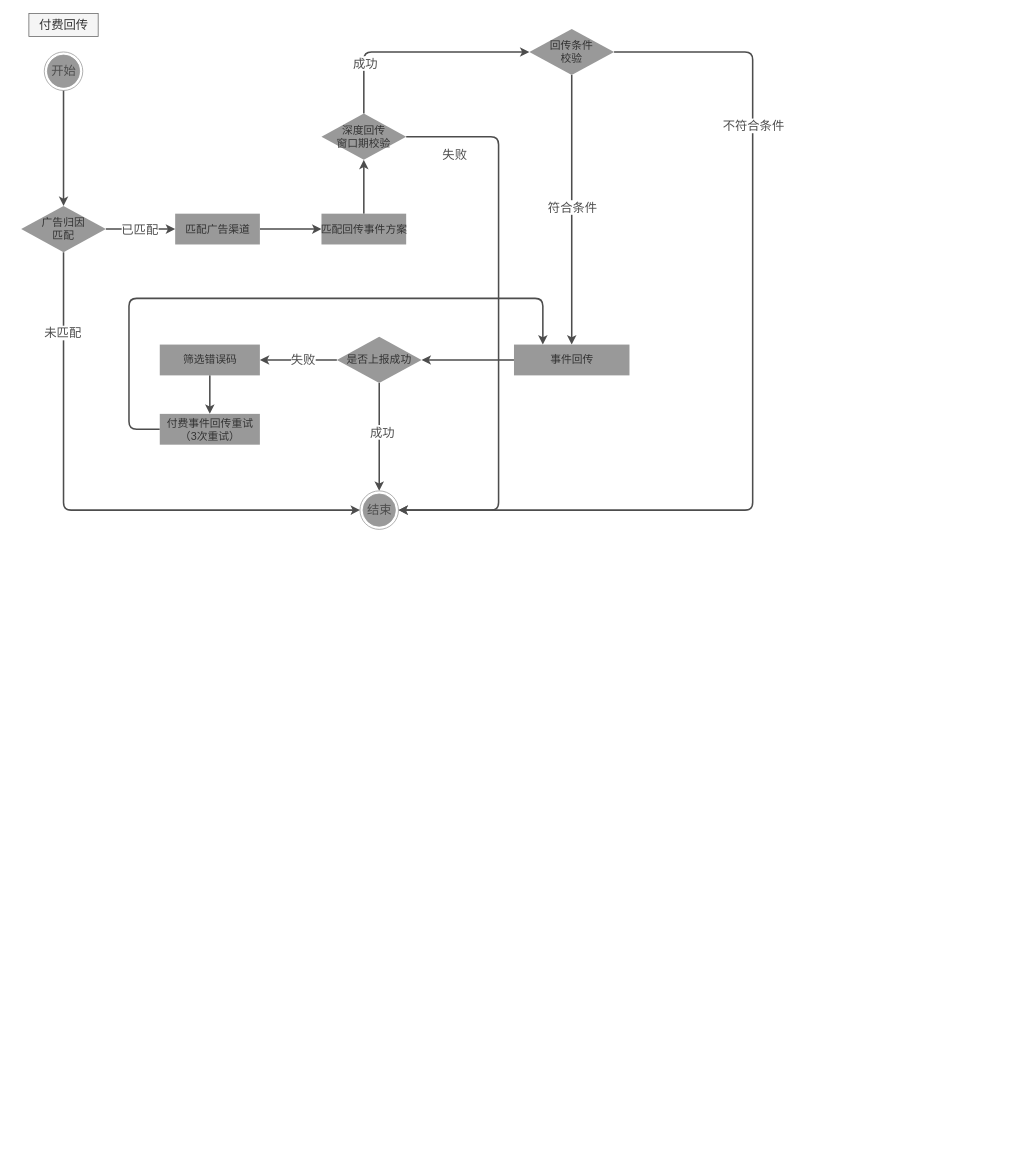
The draw.io diagram page "付费回传流程" (4 of 16) of src/draw/广告投放系统.drawio in y13513867074/draw, before the edit. Source tidied: cells renumbered, new cells numbered last; positions are measured from the earlier drawing's top-left corner, leaving out a move shared by most shapes. Both pictures are drawn from the tidied source at 77%, with x=0, y=0 at pixel (21, 13).
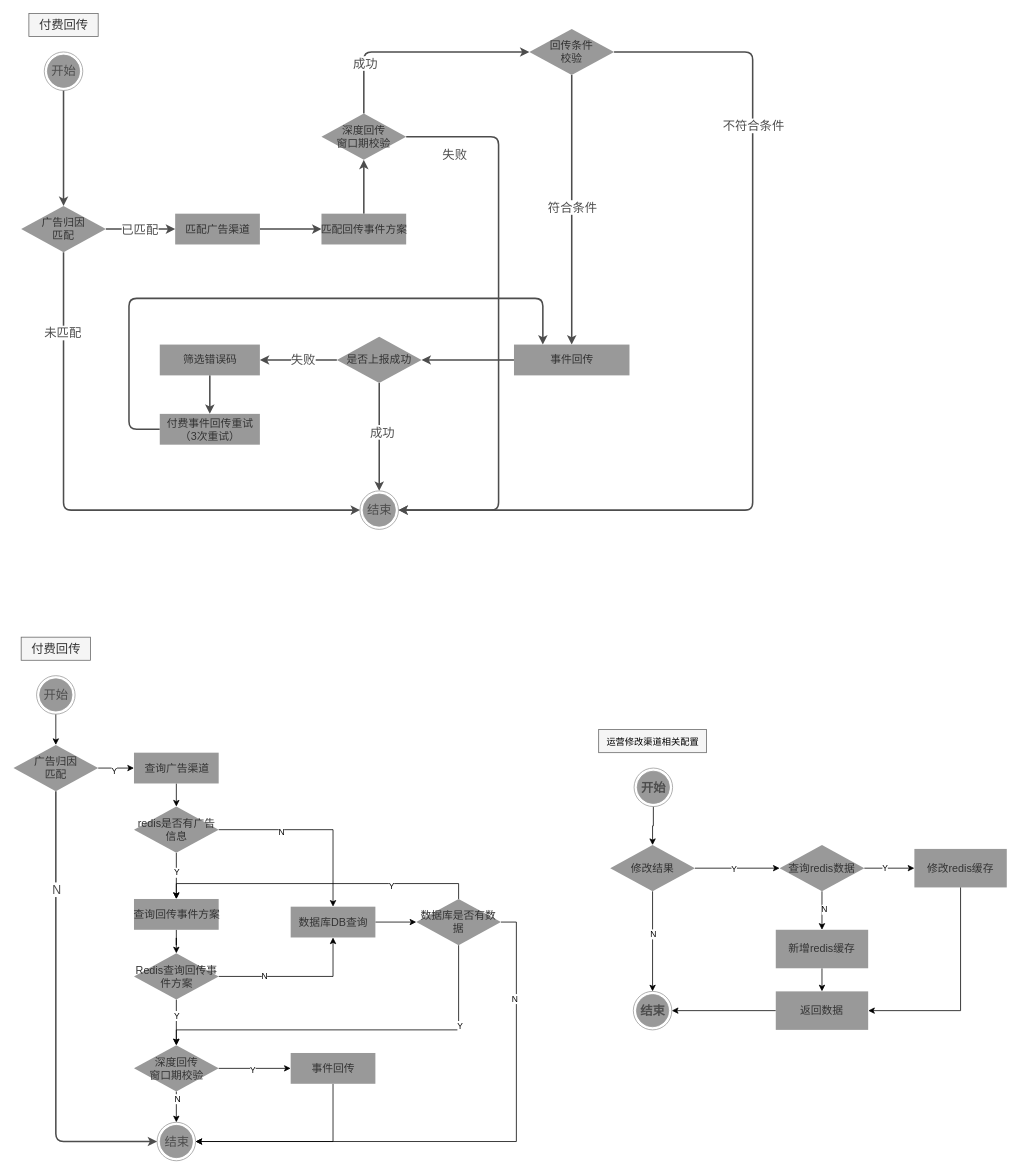
The same diagram, later.

What changed in the source:
```diff
@@
+    <mxCell id="36" style="edgeStyle=orthogonalEdgeStyle;rounded=0;jettySize=auto;html=1;exitX=0.5;exitY=1;exitDx=0;exitDy=0;entryX=0.5;entryY=0;entryDx=0;entryDy=0;" parent="1" edge="1" source="37" target="48">
+      <mxGeometry relative="1" as="geometry" />
+    </mxCell>
+    <mxCell id="37" value="开始" style="ellipse;html=1;shape=endState;fillColor=strokeColor;rounded=1;shadow=0;sketch=0;strokeColor=#999999;strokeWidth=1;fontFamily=Helvetica;fontSize=16;fontColor=#4D4D4D;" parent="1" vertex="1">
+      <mxGeometry x="20" y="860" width="50" height="50" as="geometry" />
+    </mxCell>
+    <mxCell id="38" value="结束" style="ellipse;html=1;shape=endState;fillColor=strokeColor;rounded=1;shadow=0;sketch=0;strokeColor=#999999;strokeWidth=1;fontFamily=Helvetica;fontSize=16;fontColor=#4D4D4D;" parent="1" vertex="1">
+      <mxGeometry x="176.5" y="1440" width="50" height="50" as="geometry" />
+    </mxCell>
+    <mxCell id="39" style="edgeStyle=orthogonalEdgeStyle;rounded=0;jettySize=auto;html=1;exitX=0.5;exitY=1;exitDx=0;exitDy=0;entryX=0.5;entryY=0;entryDx=0;entryDy=0;" parent="1" edge="1" source="43" target="38">
+      <mxGeometry relative="1" as="geometry" />
+    </mxCell>
+    <mxCell id="40" value="N" style="edgeLabel;html=1;align=center;verticalAlign=middle;" parent="39" vertex="1">
+      <mxGeometry x="-0.54" y="1" relative="1" as="geometry" />
+    </mxCell>
+    <mxCell id="41" style="edgeStyle=orthogonalEdgeStyle;rounded=0;jettySize=auto;html=1;exitX=1;exitY=0.5;exitDx=0;exitDy=0;entryX=0;entryY=0.5;entryDx=0;entryDy=0;" parent="1" edge="1" source="43" target="74">
+      <mxGeometry relative="1" as="geometry" />
+    </mxCell>
+    <mxCell id="42" value="Y" style="edgeLabel;html=1;align=center;verticalAlign=middle;" parent="41" vertex="1">
+      <mxGeometry x="-0.05" y="-1" relative="1" as="geometry" />
+    </mxCell>
+    <mxCell id="43" value="深度回传&lt;br&gt;窗口期校验" style="rhombus;whiteSpace=wrap;html=1;fontSize=14;fillColor=#999999;strokeColor=none;fontColor=#333333;rounded=0;shadow=0;glass=0;labelBorderColor=none;startSize=23;arcSize=8;strokeWidth=1;sketch=0;fontFamily=Helvetica;" parent="1" vertex="1">
+      <mxGeometry x="146.5" y="1340" width="110" height="60" as="geometry" />
+    </mxCell>
+    <mxCell id="44" style="edgeStyle=orthogonalEdgeStyle;html=1;exitX=0.5;exitY=1;exitDx=0;exitDy=0;strokeColor=#4D4D4D;strokeWidth=2;fontFamily=Helvetica;fontSize=16;fontColor=#4D4D4D;entryX=0;entryY=0.5;entryDx=0;entryDy=0;" parent="1" edge="1" source="48" target="38">
+      <mxGeometry relative="1" as="geometry" />
+    </mxCell>
+    <mxCell id="45" value="N" style="edgeLabel;html=1;align=center;verticalAlign=middle;fontSize=16;fontFamily=Helvetica;fontColor=#4D4D4D;" parent="44" vertex="1">
+      <mxGeometry x="-0.71" y="-2" relative="1" as="geometry">
+        <mxPoint x="2" y="42" as="offset" />
+      </mxGeometry>
+    </mxCell>
+    <mxCell id="46" style="edgeStyle=orthogonalEdgeStyle;rounded=0;jettySize=auto;html=1;exitX=1;exitY=0.5;exitDx=0;exitDy=0;" parent="1" edge="1" source="48" target="63">
+      <mxGeometry relative="1" as="geometry" />
+    </mxCell>
+    <mxCell id="47" value="Y" style="edgeLabel;html=1;align=center;verticalAlign=middle;" parent="46" vertex="1">
+      <mxGeometry x="-0.15" y="-3" relative="1" as="geometry" />
+    </mxCell>
+    <mxCell id="48" value="广告归因&lt;br&gt;匹配" style="rhombus;whiteSpace=wrap;html=1;fontSize=14;fillColor=#999999;strokeColor=none;fontColor=#333333;rounded=0;shadow=0;glass=0;labelBorderColor=none;startSize=23;arcSize=8;strokeWidth=1;sketch=0;fontFamily=Helvetica;" parent="1" vertex="1">
+      <mxGeometry x="-10" y="950" width="110" height="60" as="geometry" />
+    </mxCell>
+    <mxCell id="49" value="付费回传" style="text;html=1;align=center;verticalAlign=middle;strokeColor=#666666;fillColor=#f5f5f5;fontSize=16;fontFamily=Helvetica;fontColor=#333333;" parent="1" vertex="1">
+      <mxGeometry y="810" width="90" height="30" as="geometry" />
+    </mxCell>
+    <mxCell id="50" style="edgeStyle=orthogonalEdgeStyle;rounded=0;jettySize=auto;html=1;entryX=0.5;entryY=0;entryDx=0;entryDy=0;" parent="1" edge="1" source="54" target="61">
+      <mxGeometry relative="1" as="geometry" />
+    </mxCell>
+    <mxCell id="51" value="N" style="edgeLabel;html=1;align=center;verticalAlign=middle;" parent="50" vertex="1">
+      <mxGeometry x="-0.35" y="-2" relative="1" as="geometry" />
+    </mxCell>
+    <mxCell id="52" style="edgeStyle=orthogonalEdgeStyle;rounded=0;jettySize=auto;html=1;exitX=0.5;exitY=1;exitDx=0;exitDy=0;" parent="1" edge="1" source="54" target="65">
+      <mxGeometry relative="1" as="geometry" />
+    </mxCell>
+    <mxCell id="53" value="Y" style="edgeLabel;html=1;align=center;verticalAlign=middle;" parent="52" vertex="1">
+      <mxGeometry x="-0.16" relative="1" as="geometry" />
+    </mxCell>
+    <mxCell id="54" value="redis是否有广告信息" style="rhombus;whiteSpace=wrap;html=1;fontSize=14;fillColor=#999999;strokeColor=none;fontColor=#333333;rounded=0;shadow=0;glass=0;labelBorderColor=none;startSize=23;arcSize=8;strokeWidth=1;sketch=0;fontFamily=Helvetica;" parent="1" vertex="1">
+      <mxGeometry x="146.5" y="1030" width="110" height="60" as="geometry" />
+    </mxCell>
+    <mxCell id="55" style="edgeStyle=orthogonalEdgeStyle;rounded=0;jettySize=auto;html=1;exitX=1;exitY=0.5;exitDx=0;exitDy=0;" parent="1" edge="1" source="59" target="61">
+      <mxGeometry relative="1" as="geometry" />
+    </mxCell>
+    <mxCell id="56" value="N" style="edgeLabel;html=1;align=center;verticalAlign=middle;" parent="55" vertex="1">
+      <mxGeometry x="-0.41" y="1" relative="1" as="geometry" />
+    </mxCell>
+    <mxCell id="57" style="edgeStyle=orthogonalEdgeStyle;rounded=0;jettySize=auto;html=1;exitX=0.5;exitY=1;exitDx=0;exitDy=0;entryX=0.5;entryY=0;entryDx=0;entryDy=0;" parent="1" edge="1" source="59" target="43">
+      <mxGeometry relative="1" as="geometry" />
+    </mxCell>
+    <mxCell id="58" value="Y" style="edgeLabel;html=1;align=center;verticalAlign=middle;" parent="57" vertex="1">
+      <mxGeometry x="-0.29" relative="1" as="geometry" />
+    </mxCell>
+    <mxCell id="59" value="Redis查询回传事件方案" style="rhombus;whiteSpace=wrap;html=1;fontSize=14;fillColor=#999999;strokeColor=none;fontColor=#333333;rounded=0;shadow=0;glass=0;labelBorderColor=none;startSize=23;arcSize=8;strokeWidth=1;sketch=0;fontFamily=Helvetica;" parent="1" vertex="1">
+      <mxGeometry x="146.5" y="1220.6" width="110" height="60" as="geometry" />
+    </mxCell>
+    <mxCell id="60" style="edgeStyle=orthogonalEdgeStyle;rounded=0;jettySize=auto;html=1;exitX=1;exitY=0.5;exitDx=0;exitDy=0;entryX=0;entryY=0.5;entryDx=0;entryDy=0;" parent="1" edge="1" source="61" target="72">
+      <mxGeometry relative="1" as="geometry" />
+    </mxCell>
+    <mxCell id="61" value="数据库DB查询" style="html=1;rounded=0;shadow=0;glass=0;labelBorderColor=none;strokeColor=none;fontFamily=Helvetica;fontSize=14;fontColor=#333333;startSize=23;fillColor=#999999;arcSize=8;strokeWidth=1;flipV=1;flipH=1;sketch=0;" parent="1" vertex="1">
+      <mxGeometry x="350" y="1160" width="110" height="40" as="geometry" />
+    </mxCell>
+    <mxCell id="62" style="edgeStyle=orthogonalEdgeStyle;rounded=0;jettySize=auto;html=1;exitX=0.5;exitY=1;exitDx=0;exitDy=0;entryX=0.5;entryY=0;entryDx=0;entryDy=0;" parent="1" edge="1" source="63" target="54">
+      <mxGeometry relative="1" as="geometry" />
+    </mxCell>
+    <mxCell id="63" value="查询广告渠道" style="html=1;rounded=0;shadow=0;glass=0;labelBorderColor=none;strokeColor=none;fontFamily=Helvetica;fontSize=14;fontColor=#333333;startSize=23;fillColor=#999999;arcSize=8;strokeWidth=1;flipV=1;flipH=1;sketch=0;" parent="1" vertex="1">
+      <mxGeometry x="146.5" y="960" width="110" height="40" as="geometry" />
+    </mxCell>
+    <mxCell id="64" style="edgeStyle=orthogonalEdgeStyle;rounded=0;jettySize=auto;html=1;exitX=0.5;exitY=1;exitDx=0;exitDy=0;" parent="1" edge="1" source="65" target="59">
+      <mxGeometry relative="1" as="geometry" />
+    </mxCell>
+    <mxCell id="65" value="查询回传事件方案" style="html=1;rounded=0;shadow=0;glass=0;labelBorderColor=none;strokeColor=none;fontFamily=Helvetica;fontSize=14;fontColor=#333333;startSize=23;fillColor=#999999;arcSize=8;strokeWidth=1;flipV=1;flipH=1;sketch=0;" parent="1" vertex="1">
+      <mxGeometry x="146.5" y="1150" width="110" height="40" as="geometry" />
+    </mxCell>
+    <mxCell id="66" style="edgeStyle=orthogonalEdgeStyle;rounded=0;jettySize=auto;html=1;exitX=1;exitY=0.5;exitDx=0;exitDy=0;entryX=1;entryY=0.5;entryDx=0;entryDy=0;" parent="1" edge="1" source="72" target="38">
+      <mxGeometry relative="1" as="geometry" />
+    </mxCell>
+    <mxCell id="67" value="N" style="edgeLabel;html=1;align=center;verticalAlign=middle;" parent="66" vertex="1">
+      <mxGeometry x="-0.67" y="-3" relative="1" as="geometry" />
+    </mxCell>
+    <mxCell id="68" style="edgeStyle=orthogonalEdgeStyle;rounded=0;jettySize=auto;html=1;exitX=0.5;exitY=1;exitDx=0;exitDy=0;entryX=0.5;entryY=0;entryDx=0;entryDy=0;" parent="1" edge="1" source="72" target="43">
+      <mxGeometry relative="1" as="geometry">
+        <Array as="points">
+          <mxPoint x="568" y="1320" />
+          <mxPoint x="201" y="1320" />
+        </Array>
+      </mxGeometry>
+    </mxCell>
+    <mxCell id="69" value="Y" style="edgeLabel;html=1;align=center;verticalAlign=middle;" parent="68" vertex="1">
+      <mxGeometry x="-0.58" y="1" relative="1" as="geometry" />
+    </mxCell>
+    <mxCell id="70" style="edgeStyle=orthogonalEdgeStyle;rounded=0;jettySize=auto;html=1;exitX=0.5;exitY=0;exitDx=0;exitDy=0;entryX=0.5;entryY=0;entryDx=0;entryDy=0;" parent="1" edge="1" source="72" target="65">
+      <mxGeometry relative="1" as="geometry" />
+    </mxCell>
+    <mxCell id="71" value="Y" style="edgeLabel;html=1;align=center;verticalAlign=middle;" parent="70" vertex="1">
+      <mxGeometry x="-0.47" y="2" relative="1" as="geometry" />
+    </mxCell>
+    <mxCell id="72" value="数据库是否有数据" style="rhombus;whiteSpace=wrap;html=1;fontSize=14;fillColor=#999999;strokeColor=none;fontColor=#333333;rounded=0;shadow=0;glass=0;labelBorderColor=none;startSize=23;arcSize=8;strokeWidth=1;sketch=0;fontFamily=Helvetica;" parent="1" vertex="1">
+      <mxGeometry x="513.1" y="1150" width="110" height="60" as="geometry" />
+    </mxCell>
+    <mxCell id="73" style="edgeStyle=orthogonalEdgeStyle;rounded=0;jettySize=auto;html=1;exitX=0.5;exitY=1;exitDx=0;exitDy=0;entryX=1;entryY=0.5;entryDx=0;entryDy=0;" parent="1" edge="1" source="74" target="38">
+      <mxGeometry relative="1" as="geometry" />
+    </mxCell>
+    <mxCell id="74" value="事件回传" style="html=1;rounded=0;shadow=0;glass=0;labelBorderColor=none;strokeColor=none;fontFamily=Helvetica;fontSize=14;fontColor=#333333;startSize=23;fillColor=#999999;arcSize=8;strokeWidth=1;flipV=1;flipH=1;sketch=0;" parent="1" vertex="1">
+      <mxGeometry x="350" y="1350" width="110" height="40" as="geometry" />
+    </mxCell>
+    <mxCell id="75" style="edgeStyle=orthogonalEdgeStyle;rounded=0;jettySize=auto;html=1;exitX=0.5;exitY=1;exitDx=0;exitDy=0;" parent="1" edge="1" source="76" target="82">
+      <mxGeometry relative="1" as="geometry" />
+    </mxCell>
+    <mxCell id="76" value="开始" style="ellipse;html=1;shape=endState;fillColor=strokeColor;rounded=1;shadow=0;sketch=0;strokeColor=#999999;strokeWidth=1;fontFamily=Helvetica;fontSize=16;fontColor=#4D4D4D;fontStyle=1;" parent="1" vertex="1">
+      <mxGeometry x="796" y="980" width="50" height="50" as="geometry" />
+    </mxCell>
+    <mxCell id="77" value="&lt;span style=&quot;color: rgb(0, 0, 0); font-size: 12px;&quot;&gt;运营修改渠道相关配置&lt;/span&gt;" style="text;html=1;align=center;verticalAlign=middle;strokeColor=#666666;fillColor=#f5f5f5;fontSize=16;fontFamily=Helvetica;fontColor=#333333;" parent="1" vertex="1">
+      <mxGeometry x="750" y="930" width="140" height="30" as="geometry" />
+    </mxCell>
+    <mxCell id="78" style="edgeStyle=orthogonalEdgeStyle;rounded=0;jettySize=auto;html=1;exitX=0.5;exitY=1;exitDx=0;exitDy=0;" parent="1" edge="1" source="82" target="83">
+      <mxGeometry relative="1" as="geometry" />
+    </mxCell>
+    <mxCell id="79" value="N" style="edgeLabel;html=1;align=center;verticalAlign=middle;" parent="78" vertex="1">
+      <mxGeometry x="-0.15" relative="1" as="geometry" />
+    </mxCell>
+    <mxCell id="80" style="edgeStyle=orthogonalEdgeStyle;rounded=0;jettySize=auto;html=1;entryX=0;entryY=0.5;entryDx=0;entryDy=0;" parent="1" edge="1" source="82" target="92">
+      <mxGeometry relative="1" as="geometry" />
+    </mxCell>
+    <mxCell id="81" value="Y" style="edgeLabel;html=1;align=center;verticalAlign=middle;" parent="80" vertex="1">
+      <mxGeometry x="-0.09" relative="1" as="geometry" />
+    </mxCell>
+    <mxCell id="82" value="修改结果" style="rhombus;whiteSpace=wrap;html=1;fontSize=14;fillColor=#999999;strokeColor=none;fontColor=#333333;rounded=0;shadow=0;glass=0;labelBorderColor=none;startSize=23;arcSize=8;strokeWidth=1;sketch=0;fontFamily=Helvetica;" parent="1" vertex="1">
+      <mxGeometry x="765" y="1080" width="110" height="60" as="geometry" />
+    </mxCell>
+    <mxCell id="83" value="结束" style="ellipse;html=1;shape=endState;fillColor=strokeColor;rounded=1;shadow=0;sketch=0;strokeColor=#999999;strokeWidth=1;fontFamily=Helvetica;fontSize=16;fontColor=#4D4D4D;fontStyle=1;" parent="1" vertex="1">
+      <mxGeometry x="795" y="1270" width="50" height="50" as="geometry" />
+    </mxCell>
+    <mxCell id="84" style="edgeStyle=orthogonalEdgeStyle;rounded=0;jettySize=auto;html=1;exitX=0;exitY=0.5;exitDx=0;exitDy=0;entryX=1;entryY=0.5;entryDx=0;entryDy=0;" parent="1" edge="1" source="94" target="83">
+      <mxGeometry relative="1" as="geometry" />
+    </mxCell>
+    <mxCell id="85" style="edgeStyle=orthogonalEdgeStyle;rounded=0;jettySize=auto;html=1;exitX=0.5;exitY=1;exitDx=0;exitDy=0;entryX=0.5;entryY=0;entryDx=0;entryDy=0;" parent="1" edge="1" source="86" target="94">
+      <mxGeometry relative="1" as="geometry" />
+    </mxCell>
+    <mxCell id="86" value="新增redis缓存" style="whiteSpace=wrap;html=1;fontSize=14;fillColor=#999999;strokeColor=none;fontColor=#333333;rounded=0;shadow=0;glass=0;labelBorderColor=none;startSize=23;arcSize=8;strokeWidth=1;sketch=0;" parent="1" vertex="1">
+      <mxGeometry x="980" y="1190" width="120" height="50" as="geometry" />
+    </mxCell>
+    <mxCell id="87" value="修改redis缓存" style="whiteSpace=wrap;html=1;fontSize=14;fillColor=#999999;strokeColor=none;fontColor=#333333;rounded=0;shadow=0;glass=0;labelBorderColor=none;startSize=23;arcSize=8;strokeWidth=1;sketch=0;" parent="1" vertex="1">
+      <mxGeometry x="1160" y="1085" width="120" height="50" as="geometry" />
+    </mxCell>
+    <mxCell id="88" style="edgeStyle=orthogonalEdgeStyle;rounded=0;jettySize=auto;html=1;exitX=0.5;exitY=1;exitDx=0;exitDy=0;entryX=0.5;entryY=0;entryDx=0;entryDy=0;" parent="1" edge="1" source="92" target="86">
+      <mxGeometry relative="1" as="geometry" />
+    </mxCell>
+    <mxCell id="89" value="N" style="edgeLabel;html=1;align=center;verticalAlign=middle;" parent="88" vertex="1">
+      <mxGeometry x="-0.09" y="2" relative="1" as="geometry" />
+    </mxCell>
+    <mxCell id="90" style="edgeStyle=orthogonalEdgeStyle;rounded=0;jettySize=auto;html=1;exitX=1;exitY=0.5;exitDx=0;exitDy=0;entryX=0;entryY=0.5;entryDx=0;entryDy=0;" parent="1" edge="1" source="92" target="87">
+      <mxGeometry relative="1" as="geometry" />
+    </mxCell>
+    <mxCell id="91" value="Y" style="edgeLabel;html=1;align=center;verticalAlign=middle;" parent="90" vertex="1">
+      <mxGeometry x="-0.21" y="1" relative="1" as="geometry" />
+    </mxCell>
+    <mxCell id="92" value="查询redis数据" style="rhombus;whiteSpace=wrap;html=1;fontSize=14;fillColor=#999999;strokeColor=none;fontColor=#333333;rounded=0;shadow=0;glass=0;labelBorderColor=none;startSize=23;arcSize=8;strokeWidth=1;sketch=0;fontFamily=Helvetica;" parent="1" vertex="1">
+      <mxGeometry x="985" y="1080" width="110" height="60" as="geometry" />
+    </mxCell>
+    <mxCell id="93" style="edgeStyle=orthogonalEdgeStyle;rounded=0;jettySize=auto;html=1;exitX=0.5;exitY=1;exitDx=0;exitDy=0;entryX=1;entryY=0.5;entryDx=0;entryDy=0;" parent="1" edge="1" source="87" target="94">
+      <mxGeometry relative="1" as="geometry" />
+    </mxCell>
+    <mxCell id="94" value="返回数据" style="whiteSpace=wrap;html=1;fontSize=14;fillColor=#999999;strokeColor=none;fontColor=#333333;rounded=0;shadow=0;glass=0;labelBorderColor=none;startSize=23;arcSize=8;strokeWidth=1;sketch=0;" parent="1" vertex="1">
+      <mxGeometry x="980" y="1270" width="120" height="50" as="geometry" />
+    </mxCell>
```
